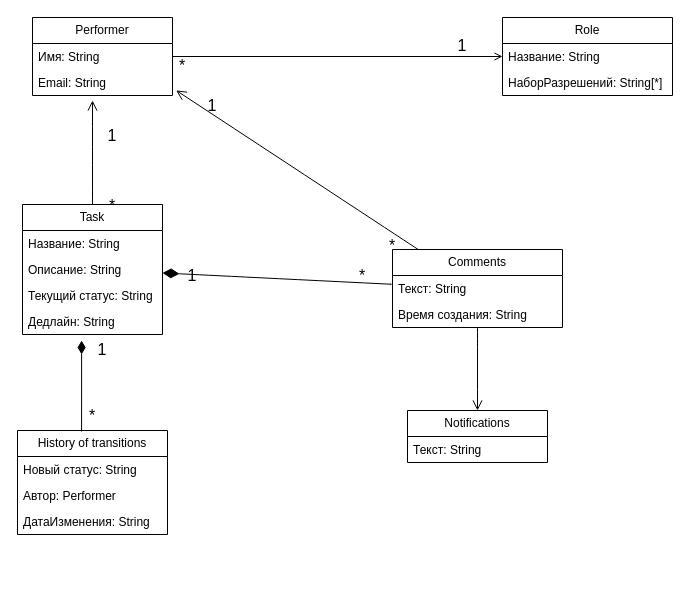
This is page "Страница-1" (1 of 7) of ООАП1.drawio from vlad562/OOAP, a draw.io file, before an edit. Source tidied: cells renumbered, new cells numbered last; positions are measured from the earlier drawing's top-left corner, leaving out a move shared by most shapes. Both pictures are drawn from the tidied source at 100%, with x=0, y=0 at pixel (17, 17).
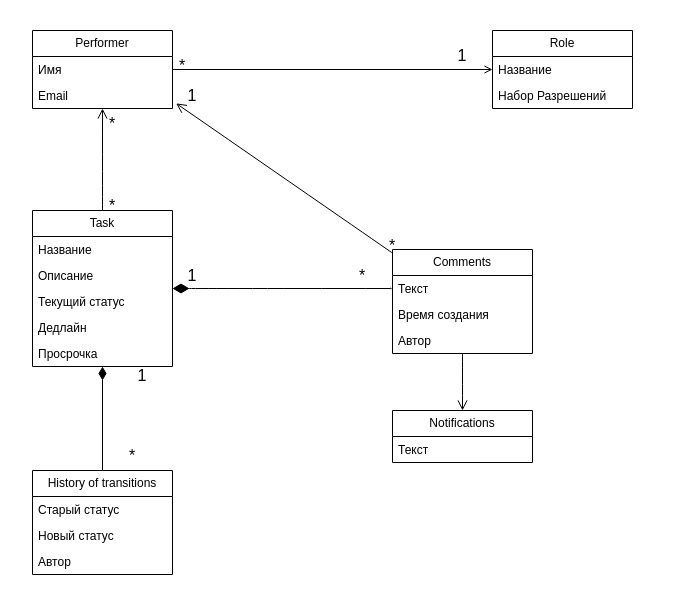
The same page after the edit.

The edit, as a diff of the source:
```diff
@@
     <mxCell id="3" value="Performer" style="swimlane;fontStyle=0;horizontal=1;startSize=26;fillColor=none;whiteSpace=wrap;html=1;" parent="1" vertex="1">
-      <mxGeometry x="15" width="140" height="78" as="geometry" />
+      <mxGeometry x="15" y="13" width="140" height="78" as="geometry" />
     </mxCell>
-    <mxCell id="4" value="Имя: String" style="text;strokeColor=none;fillColor=none;align=left;verticalAlign=top;spacingLeft=4;spacingRight=4;overflow=hidden;whiteSpace=wrap;html=1;" parent="3" vertex="1">
+    <mxCell id="4" value="Имя" style="text;strokeColor=none;fillColor=none;align=left;verticalAlign=top;spacingLeft=4;spacingRight=4;overflow=hidden;whiteSpace=wrap;html=1;" parent="3" vertex="1">
       <mxGeometry y="26" width="140" height="26" as="geometry" />
     </mxCell>
-    <mxCell id="5" value="Email: String" style="text;strokeColor=none;fillColor=none;align=left;verticalAlign=top;spacingLeft=4;spacingRight=4;overflow=hidden;points=[[0,0.5],[1,0.5]];portConstraint=eastwest;whiteSpace=wrap;html=1;" parent="3" vertex="1">
+    <mxCell id="5" value="Email" style="text;strokeColor=none;fillColor=none;align=left;verticalAlign=top;spacingLeft=4;spacingRight=4;overflow=hidden;points=[[0,0.5],[1,0.5]];portConstraint=eastwest;whiteSpace=wrap;html=1;" parent="3" vertex="1">
       <mxGeometry y="52" width="140" height="26" as="geometry" />
     </mxCell>
     <mxCell id="6" value="Role" style="swimlane;fontStyle=0;horizontal=1;startSize=26;fillColor=none;whiteSpace=wrap;html=1;" parent="1" vertex="1">
-      <mxGeometry x="485" width="170" height="78" as="geometry" />
+      <mxGeometry x="475" y="13" width="140" height="78" as="geometry" />
     </mxCell>
-    <mxCell id="7" value="Название: String&lt;span style=&quot;white-space: pre;&quot;&gt;&#9;&lt;/span&gt;" style="text;strokeColor=none;fillColor=none;align=left;verticalAlign=top;spacingLeft=4;spacingRight=4;overflow=hidden;points=[[0,0.5],[1,0.5]];portConstraint=eastwest;whiteSpace=wrap;html=1;" parent="6" vertex="1">
-      <mxGeometry y="26" width="170" height="26" as="geometry" />
+    <mxCell id="7" value="Название&lt;span style=&quot;white-space: pre;&quot;&gt;&#9;&lt;/span&gt;" style="text;strokeColor=none;fillColor=none;align=left;verticalAlign=top;spacingLeft=4;spacingRight=4;overflow=hidden;points=[[0,0.5],[1,0.5]];portConstraint=eastwest;whiteSpace=wrap;html=1;" parent="6" vertex="1">
+      <mxGeometry y="26" width="140" height="26" as="geometry" />
     </mxCell>
-    <mxCell id="8" value="НаборРазрешений: String[*]" style="text;strokeColor=none;fillColor=none;align=left;verticalAlign=top;spacingLeft=4;spacingRight=4;overflow=hidden;whiteSpace=wrap;html=1;" parent="6" vertex="1">
-      <mxGeometry y="52" width="170" height="26" as="geometry" />
+    <mxCell id="8" value="Набор Разрешений" style="text;strokeColor=none;fillColor=none;align=left;verticalAlign=top;spacingLeft=4;spacingRight=4;overflow=hidden;whiteSpace=wrap;html=1;" parent="6" vertex="1">
+      <mxGeometry y="52" width="140" height="26" as="geometry" />
     </mxCell>
@@
-    <mxCell id="10" style="edgeStyle=none;curved=1;rounded=0;curveGeometry=1;jettySize=auto;html=1;fontSize=12;startSize=8;endSize=8;endArrow=open;endFill=0;" parent="1" edge="1" source="11">
-      <mxGeometry relative="1" as="geometry">
-        <mxPoint x="75" y="83" as="targetPoint" />
-      </mxGeometry>
+    <mxCell id="10" style="edgeStyle=none;curved=1;rounded=0;curveGeometry=1;jettySize=auto;html=1;fontSize=12;startSize=8;endSize=8;endArrow=open;endFill=0;" parent="1" edge="1" source="11" target="5">
+      <mxGeometry relative="1" as="geometry" />
     </mxCell>
     <mxCell id="11" value="Task" style="swimlane;fontStyle=0;horizontal=1;startSize=26;fillColor=none;whiteSpace=wrap;html=1;" parent="1" vertex="1">
-      <mxGeometry x="5" y="187" width="140" height="130" as="geometry" />
+      <mxGeometry x="15" y="193" width="140" height="156" as="geometry" />
     </mxCell>
-    <mxCell id="12" value="Название: String" style="text;strokeColor=none;fillColor=none;align=left;verticalAlign=top;spacingLeft=4;spacingRight=4;overflow=hidden;whiteSpace=wrap;html=1;" parent="11" vertex="1">
+    <mxCell id="12" value="Название" style="text;strokeColor=none;fillColor=none;align=left;verticalAlign=top;spacingLeft=4;spacingRight=4;overflow=hidden;whiteSpace=wrap;html=1;" parent="11" vertex="1">
       <mxGeometry y="26" width="140" height="26" as="geometry" />
     </mxCell>
-    <mxCell id="13" value="Описание: String" style="text;strokeColor=none;fillColor=none;align=left;verticalAlign=top;spacingLeft=4;spacingRight=4;overflow=hidden;whiteSpace=wrap;html=1;" parent="11" vertex="1">
+    <mxCell id="13" value="Описание" style="text;strokeColor=none;fillColor=none;align=left;verticalAlign=top;spacingLeft=4;spacingRight=4;overflow=hidden;whiteSpace=wrap;html=1;" parent="11" vertex="1">
       <mxGeometry y="52" width="140" height="26" as="geometry" />
     </mxCell>
-    <mxCell id="14" value="Текущий статус: String" style="text;strokeColor=none;fillColor=none;align=left;verticalAlign=top;spacingLeft=4;spacingRight=4;overflow=hidden;whiteSpace=wrap;html=1;" parent="11" vertex="1">
+    <mxCell id="14" value="Текущий статус" style="text;strokeColor=none;fillColor=none;align=left;verticalAlign=top;spacingLeft=4;spacingRight=4;overflow=hidden;whiteSpace=wrap;html=1;" parent="11" vertex="1">
       <mxGeometry y="78" width="140" height="26" as="geometry" />
     </mxCell>
-    <mxCell id="15" value="Дедлайн: String" style="text;strokeColor=none;fillColor=none;align=left;verticalAlign=top;spacingLeft=4;spacingRight=4;overflow=hidden;whiteSpace=wrap;html=1;" parent="11" vertex="1">
+    <mxCell id="15" value="Дедлайн" style="text;strokeColor=none;fillColor=none;align=left;verticalAlign=top;spacingLeft=4;spacingRight=4;overflow=hidden;whiteSpace=wrap;html=1;" parent="11" vertex="1">
       <mxGeometry y="104" width="140" height="26" as="geometry" />
     </mxCell>
+    <mxCell id="38" value="Просрочка" style="text;strokeColor=none;fillColor=none;align=left;verticalAlign=top;spacingLeft=4;spacingRight=4;overflow=hidden;whiteSpace=wrap;html=1;" parent="11" vertex="1">
+      <mxGeometry y="130" width="140" height="26" as="geometry" />
+    </mxCell>
@@
     <mxCell id="17" value="Comments" style="swimlane;fontStyle=0;horizontal=1;startSize=26;fillColor=none;whiteSpace=wrap;html=1;" parent="1" vertex="1">
-      <mxGeometry x="375" y="232" width="170" height="78" as="geometry" />
+      <mxGeometry x="375" y="232" width="140" height="104" as="geometry" />
     </mxCell>
-    <mxCell id="18" value="Текст: String" style="text;strokeColor=none;fillColor=none;align=left;verticalAlign=top;spacingLeft=4;spacingRight=4;overflow=hidden;points=[[0,0.5],[1,0.5]];portConstraint=eastwest;whiteSpace=wrap;html=1;" parent="17" vertex="1">
-      <mxGeometry y="26" width="170" height="26" as="geometry" />
+    <mxCell id="18" value="Текст" style="text;strokeColor=none;fillColor=none;align=left;verticalAlign=top;spacingLeft=4;spacingRight=4;overflow=hidden;points=[[0,0.5],[1,0.5]];portConstraint=eastwest;whiteSpace=wrap;html=1;" parent="17" vertex="1">
+      <mxGeometry y="26" width="140" height="26" as="geometry" />
     </mxCell>
-    <mxCell id="19" value="Время создания: String" style="text;strokeColor=none;fillColor=none;align=left;verticalAlign=top;spacingLeft=4;spacingRight=4;overflow=hidden;whiteSpace=wrap;html=1;" parent="17" vertex="1">
-      <mxGeometry y="52" width="170" height="26" as="geometry" />
+    <mxCell id="19" value="Время создания" style="text;strokeColor=none;fillColor=none;align=left;verticalAlign=top;spacingLeft=4;spacingRight=4;overflow=hidden;whiteSpace=wrap;html=1;" parent="17" vertex="1">
+      <mxGeometry y="52" width="140" height="26" as="geometry" />
     </mxCell>
+    <mxCell id="39" value="Автор" style="text;strokeColor=none;fillColor=none;align=left;verticalAlign=top;spacingLeft=4;spacingRight=4;overflow=hidden;whiteSpace=wrap;html=1;" parent="17" vertex="1">
+      <mxGeometry y="78" width="140" height="26" as="geometry" />
+    </mxCell>
+    <mxCell id="40" style="edgeStyle=orthogonalEdgeStyle;rounded=0;jettySize=auto;html=1;entryX=0.5;entryY=1;entryDx=0;entryDy=0;endArrow=diamondThin;endFill=1;jumpSize=6;endSize=11;" parent="1" edge="1" source="32" target="11">
+      <mxGeometry relative="1" as="geometry" />
+    </mxCell>
+    <mxCell id="32" value="History of transitions" style="swimlane;fontStyle=0;horizontal=1;startSize=26;fillColor=none;whiteSpace=wrap;html=1;" parent="1" vertex="1">
+      <mxGeometry x="15" y="453" width="140" height="104" as="geometry" />
+    </mxCell>
+    <mxCell id="41" value="Старый статус" style="text;strokeColor=none;fillColor=none;align=left;verticalAlign=top;spacingLeft=4;spacingRight=4;overflow=hidden;whiteSpace=wrap;html=1;" parent="32" vertex="1">
+      <mxGeometry y="26" width="140" height="26" as="geometry" />
+    </mxCell>
+    <mxCell id="42" value="Новый статус" style="text;strokeColor=none;fillColor=none;align=left;verticalAlign=top;spacingLeft=4;spacingRight=4;overflow=hidden;whiteSpace=wrap;html=1;" parent="32" vertex="1">
+      <mxGeometry y="52" width="140" height="26" as="geometry" />
+    </mxCell>
+    <mxCell id="43" value="Автор" style="text;strokeColor=none;fillColor=none;align=left;verticalAlign=top;spacingLeft=4;spacingRight=4;overflow=hidden;whiteSpace=wrap;html=1;" parent="32" vertex="1">
+      <mxGeometry y="78" width="140" height="26" as="geometry" />
+    </mxCell>
     <mxCell id="20" value="Notifications" style="swimlane;fontStyle=0;horizontal=1;startSize=26;fillColor=none;whiteSpace=wrap;html=1;" parent="1" vertex="1">
-      <mxGeometry x="390" y="393" width="140" height="52" as="geometry" />
+      <mxGeometry x="375" y="393" width="140" height="52" as="geometry" />
     </mxCell>
-    <mxCell id="21" value="Текст: String" style="text;strokeColor=none;fillColor=none;align=left;verticalAlign=top;spacingLeft=4;spacingRight=4;overflow=hidden;whiteSpace=wrap;html=1;" parent="20" vertex="1">
+    <mxCell id="21" value="Текст" style="text;strokeColor=none;fillColor=none;align=left;verticalAlign=top;spacingLeft=4;spacingRight=4;overflow=hidden;whiteSpace=wrap;html=1;" parent="20" vertex="1">
       <mxGeometry y="26" width="140" height="26" as="geometry" />
     </mxCell>
@@
     <mxCell id="23" value="1" style="text;html=1;whiteSpace=wrap;strokeColor=none;fillColor=none;align=center;verticalAlign=middle;rounded=0;fontSize=16;" parent="1" vertex="1">
-      <mxGeometry x="165" y="73" width="60" height="30" as="geometry" />
+      <mxGeometry x="145" y="63" width="60" height="30" as="geometry" />
     </mxCell>
@@
+    <mxCell id="44" value="*" style="text;html=1;whiteSpace=wrap;strokeColor=none;fillColor=none;align=center;verticalAlign=middle;rounded=0;fontSize=16;" parent="1" vertex="1">
+      <mxGeometry x="65" y="91" width="60" height="30" as="geometry" />
+    </mxCell>
@@
     <mxCell id="28" value="1" style="text;html=1;whiteSpace=wrap;strokeColor=none;fillColor=none;align=center;verticalAlign=middle;rounded=0;fontSize=16;" parent="1" vertex="1">
-      <mxGeometry x="55" y="317" width="60" height="30" as="geometry" />
+      <mxGeometry x="95" y="343" width="60" height="30" as="geometry" />
     </mxCell>
+    <mxCell id="45" value="*" style="text;html=1;whiteSpace=wrap;strokeColor=none;fillColor=none;align=center;verticalAlign=middle;rounded=0;fontSize=16;" parent="1" vertex="1">
+      <mxGeometry x="85" y="423" width="60" height="30" as="geometry" />
+    </mxCell>
@@
     <mxCell id="30" value="1" style="text;html=1;whiteSpace=wrap;strokeColor=none;fillColor=none;align=center;verticalAlign=middle;rounded=0;fontSize=16;" parent="1" vertex="1">
-      <mxGeometry x="415" y="13" width="60" height="30" as="geometry" />
+      <mxGeometry x="415" y="23" width="60" height="30" as="geometry" />
     </mxCell>
-    <mxCell id="31" value="1" style="text;html=1;whiteSpace=wrap;strokeColor=none;fillColor=none;align=center;verticalAlign=middle;rounded=0;fontSize=16;" parent="1" vertex="1">
-      <mxGeometry x="65" y="103" width="60" height="30" as="geometry" />
-    </mxCell>
-    <mxCell id="32" value="History of transitions" style="swimlane;fontStyle=0;horizontal=1;startSize=26;fillColor=none;whiteSpace=wrap;html=1;" parent="1" vertex="1">
-      <mxGeometry y="413" width="150" height="104" as="geometry" />
-    </mxCell>
-    <mxCell id="33" value="Новый статус: String" style="text;strokeColor=none;fillColor=none;align=left;verticalAlign=top;spacingLeft=4;spacingRight=4;overflow=hidden;whiteSpace=wrap;html=1;" parent="32" vertex="1">
-      <mxGeometry y="26" width="150" height="26" as="geometry" />
-    </mxCell>
-    <mxCell id="34" value="Автор: Performer" style="text;strokeColor=none;fillColor=none;align=left;verticalAlign=top;spacingLeft=4;spacingRight=4;overflow=hidden;whiteSpace=wrap;html=1;" parent="32" vertex="1">
-      <mxGeometry y="52" width="150" height="26" as="geometry" />
-    </mxCell>
-    <mxCell id="35" value="ДатаИзменения: String" style="text;strokeColor=none;fillColor=none;align=left;verticalAlign=top;spacingLeft=4;spacingRight=4;overflow=hidden;whiteSpace=wrap;html=1;" parent="32" vertex="1">
-      <mxGeometry y="78" width="150" height="26" as="geometry" />
-    </mxCell>
-    <mxCell id="36" value="*" style="text;html=1;whiteSpace=wrap;strokeColor=none;fillColor=none;align=center;verticalAlign=middle;rounded=0;fontSize=16;" parent="1" vertex="1">
-      <mxGeometry x="45" y="383" width="60" height="30" as="geometry" />
-    </mxCell>
-    <mxCell id="37" style="edgeStyle=orthogonalEdgeStyle;rounded=0;jettySize=auto;html=1;endArrow=diamondThin;endFill=1;jumpSize=6;endSize=11;exitX=0.427;exitY=0.009;exitDx=0;exitDy=0;exitPerimeter=0;" parent="1" edge="1" source="32">
-      <mxGeometry x="-0.43" relative="1" as="geometry">
-        <mxPoint x="64.1" y="323" as="targetPoint" />
-      </mxGeometry>
-    </mxCell>
```
